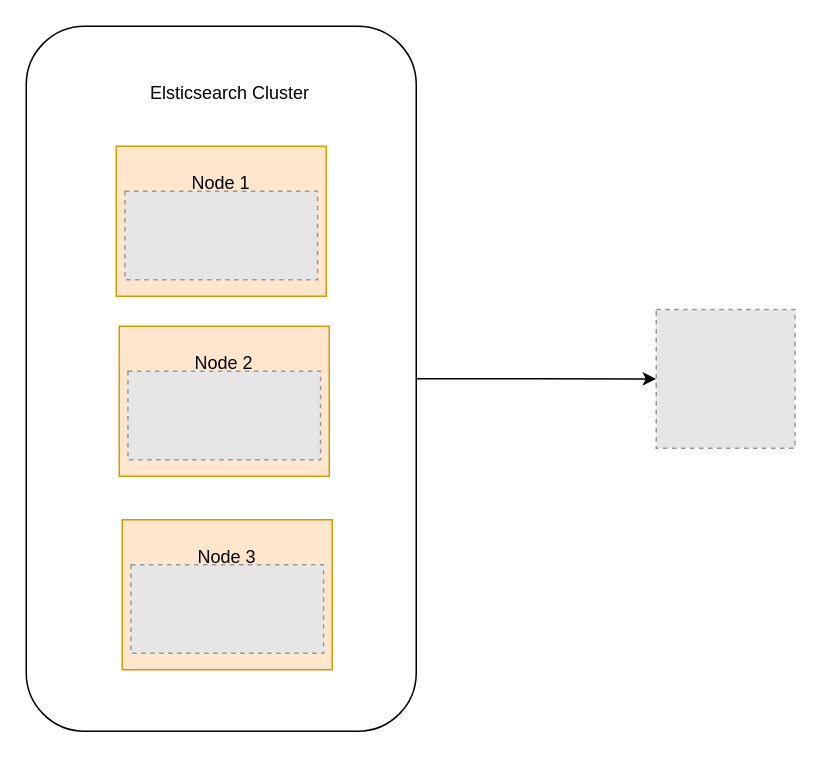
Before: architecture/Elasticsearch + Kibana.drawio in vukhanh09/DATN, a draw.io diagram. Source tidied: cells renumbered, new cells numbered last; positions are measured from the earlier drawing's top-left corner, leaving out a move shared by most shapes. Both pictures are drawn from the tidied source at 150%, with x=0, y=0 at pixel (26, 26). Pictures stored in the file or linked from it are replaced by grey dashed boxes.
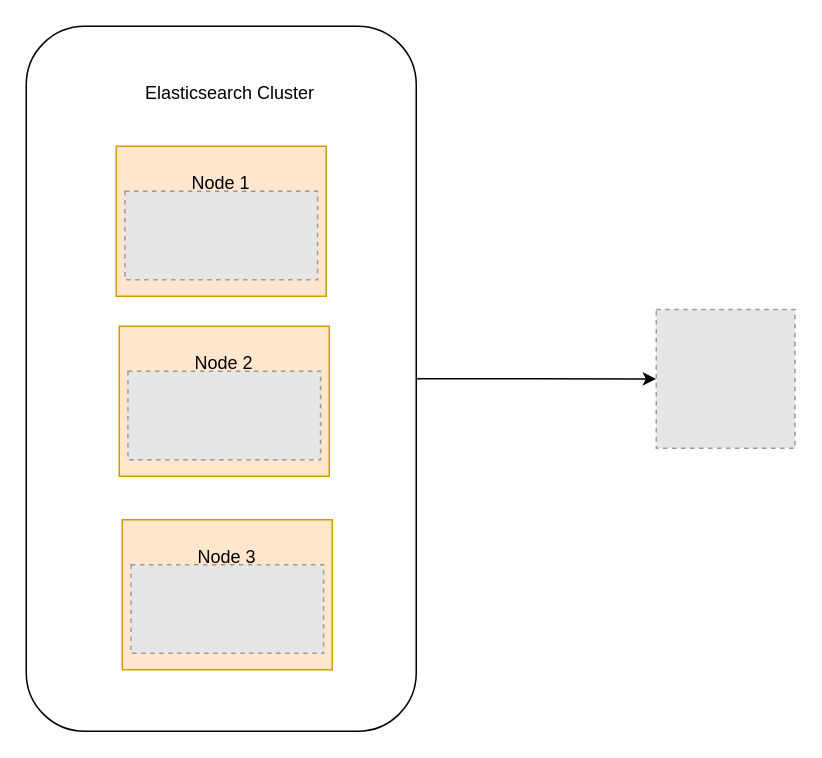
After the change.

Commit message:
Cập nhật Elasticsearch + Kibana.drawio

What changed in the source:
```diff
@@
 <mxGraphModel>
   <root>
     <mxCell id="0" />
     <mxCell id="1" parent="0" />
     <mxCell id="2" style="edgeStyle=orthogonalEdgeStyle;rounded=0;jettySize=auto;html=1;" parent="1" edge="1" source="3" target="5">
       <mxGeometry relative="1" as="geometry" />
     </mxCell>
     <mxCell id="3" style="rounded=1;whiteSpace=wrap;html=1;" parent="1" vertex="1">
       <mxGeometry width="260" height="470" as="geometry" />
     </mxCell>
     <mxCell id="4" style="rounded=0;whiteSpace=wrap;html=1;fillColor=#ffe6cc;strokeColor=#d79b00;" parent="1" vertex="1">
       <mxGeometry x="60" y="80" width="140" height="100" as="geometry" />
     </mxCell>
     <mxCell id="5" style="fillColor=#E6E6E6;strokeColor=#999999;dashed=1;verticalLabelPosition=bottom;labelBackgroundColor=default;verticalAlign=top;" parent="1" vertex="1">
       <mxGeometry x="420" y="188.8" width="92.5" height="92.5" as="geometry" />
     </mxCell>
-    <mxCell id="6" value="Elsticsearch Cluster" style="text;html=1;strokeColor=none;fillColor=none;align=center;verticalAlign=middle;whiteSpace=wrap;rounded=0;" parent="1" vertex="1">
+    <mxCell id="6" value="Elasticsearch Cluster" style="text;html=1;strokeColor=none;fillColor=none;align=center;verticalAlign=middle;whiteSpace=wrap;rounded=0;" parent="1" vertex="1">
       <mxGeometry x="76.2" y="30" width="120" height="30" as="geometry" />
     </mxCell>
     <mxCell id="7" style="fillColor=#E6E6E6;strokeColor=#999999;dashed=1;verticalLabelPosition=bottom;labelBackgroundColor=default;verticalAlign=top;" parent="1" vertex="1">
       <mxGeometry x="65.8" y="110" width="128.4" height="59" as="geometry" />
     </mxCell>
     <mxCell id="8" value="Node 1" style="text;html=1;strokeColor=none;fillColor=none;align=center;verticalAlign=middle;whiteSpace=wrap;rounded=0;" parent="1" vertex="1">
       <mxGeometry x="100" y="90" width="60" height="30" as="geometry" />
     </mxCell>
     <mxCell id="9" style="rounded=0;whiteSpace=wrap;html=1;fillColor=#ffe6cc;strokeColor=#d79b00;" parent="1" vertex="1">
       <mxGeometry x="62" y="200" width="140" height="100" as="geometry" />
     </mxCell>
     <mxCell id="10" style="fillColor=#E6E6E6;strokeColor=#999999;dashed=1;verticalLabelPosition=bottom;labelBackgroundColor=default;verticalAlign=top;" parent="1" vertex="1">
       <mxGeometry x="67.8" y="230" width="128.4" height="59" as="geometry" />
     </mxCell>
     <mxCell id="11" value="Node 2" style="text;html=1;strokeColor=none;fillColor=none;align=center;verticalAlign=middle;whiteSpace=wrap;rounded=0;" parent="1" vertex="1">
       <mxGeometry x="102" y="210" width="60" height="30" as="geometry" />
     </mxCell>
     <mxCell id="12" style="rounded=0;whiteSpace=wrap;html=1;fillColor=#ffe6cc;strokeColor=#d79b00;" parent="1" vertex="1">
       <mxGeometry x="64" y="329" width="140" height="100" as="geometry" />
     </mxCell>
     <mxCell id="13" style="fillColor=#E6E6E6;strokeColor=#999999;dashed=1;verticalLabelPosition=bottom;labelBackgroundColor=default;verticalAlign=top;" parent="1" vertex="1">
       <mxGeometry x="69.8" y="359" width="128.4" height="59" as="geometry" />
     </mxCell>
     <mxCell id="14" value="Node 3" style="text;html=1;strokeColor=none;fillColor=none;align=center;verticalAlign=middle;whiteSpace=wrap;rounded=0;" parent="1" vertex="1">
       <mxGeometry x="104" y="339" width="60" height="30" as="geometry" />
     </mxCell>
   </root>
 </mxGraphModel>
```
